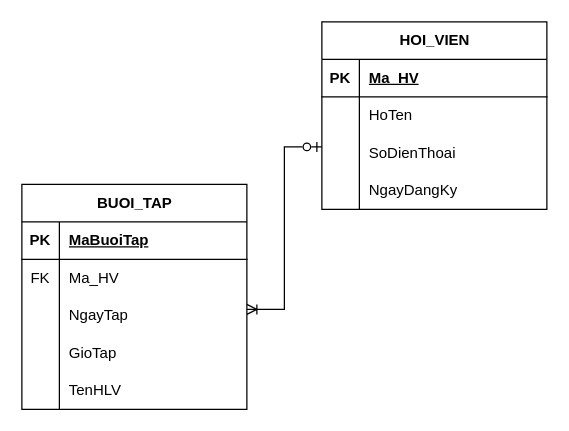
The draw.io diagram page "Trang-1" (1 of 3) of bai2.drawio in ngoclee280907-bot/LeThiNgocLe_B25DTCN277_IT105_session16_bai2, before the edit. Source tidied: cells renumbered, new cells numbered last; positions are measured from the earlier drawing's top-left corner, leaving out a move shared by most shapes. Both pictures are drawn from the tidied source at 125%, with x=0, y=0 at pixel (21, 21).
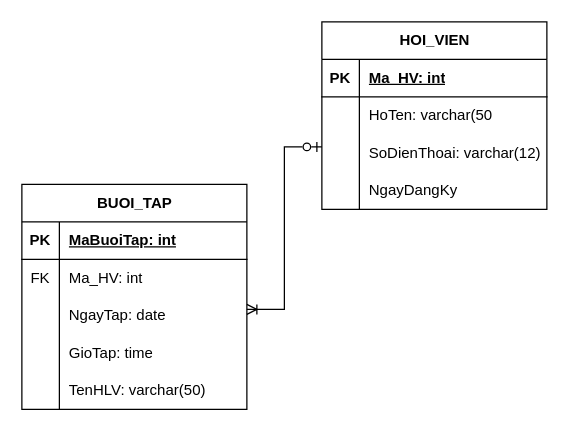
The same diagram, later.

Unchanged cells that the change refers to:
```xml
<mxCell id="3" style="shape=tableRow;horizontal=0;startSize=0;swimlaneHead=0;swimlaneBody=0;fillColor=none;top=0;left=0;right=0;bottom=1;" parent="2" vertex="1">
  <mxGeometry y="30" width="180" height="30" as="geometry" />
</mxCell>
<mxCell id="6" style="shape=tableRow;horizontal=0;startSize=0;swimlaneHead=0;swimlaneBody=0;fillColor=none;top=0;left=0;right=0;bottom=0;" parent="2" vertex="1">
  <mxGeometry y="60" width="180" height="30" as="geometry" />
</mxCell>
<mxCell id="9" style="shape=tableRow;horizontal=0;startSize=0;swimlaneHead=0;swimlaneBody=0;fillColor=none;top=0;left=0;right=0;bottom=0;" parent="2" vertex="1">
  <mxGeometry y="90" width="180" height="30" as="geometry" />
</mxCell>
<mxCell id="16" style="shape=tableRow;horizontal=0;startSize=0;swimlaneHead=0;swimlaneBody=0;fillColor=none;top=0;left=0;right=0;bottom=1;" parent="15" vertex="1">
  <mxGeometry y="30" width="180" height="30" as="geometry" />
</mxCell>
<mxCell id="19" style="shape=tableRow;horizontal=0;startSize=0;swimlaneHead=0;swimlaneBody=0;fillColor=none;top=0;left=0;right=0;bottom=0;" parent="15" vertex="1">
  <mxGeometry y="60" width="180" height="30" as="geometry" />
</mxCell>
<mxCell id="22" style="shape=tableRow;horizontal=0;startSize=0;swimlaneHead=0;swimlaneBody=0;fillColor=none;top=0;left=0;right=0;bottom=0;" parent="15" vertex="1">
  <mxGeometry y="90" width="180" height="30" as="geometry" />
</mxCell>
<mxCell id="25" style="shape=tableRow;horizontal=0;startSize=0;swimlaneHead=0;swimlaneBody=0;fillColor=none;top=0;left=0;right=0;bottom=0;" parent="15" vertex="1">
  <mxGeometry y="120" width="180" height="30" as="geometry" />
</mxCell>
<mxCell id="28" style="shape=tableRow;horizontal=0;startSize=0;swimlaneHead=0;swimlaneBody=0;fillColor=none;top=0;left=0;right=0;bottom=0;" parent="15" vertex="1">
  <mxGeometry y="150" width="180" height="30" as="geometry" />
</mxCell>
```

What changed in the source:
```diff
@@
-    <mxCell id="5" value="Ma_HV" style="shape=partialRectangle;fillColor=none;top=0;left=0;bottom=0;right=0;align=left;spacingLeft=6;fontStyle=5;overflow=hidden;whiteSpace=wrap;html=1;" parent="3" vertex="1">
+    <mxCell id="5" value="Ma_HV: int" style="shape=partialRectangle;fillColor=none;top=0;left=0;bottom=0;right=0;align=left;spacingLeft=6;fontStyle=5;overflow=hidden;whiteSpace=wrap;html=1;" parent="3" vertex="1">
       <mxGeometry x="30" width="150" height="30" as="geometry" />
     </mxCell>
@@
-    <mxCell id="8" value="HoTen" style="shape=partialRectangle;fillColor=none;top=0;left=0;bottom=0;right=0;align=left;spacingLeft=6;overflow=hidden;whiteSpace=wrap;html=1;" parent="6" vertex="1">
+    <mxCell id="8" value="HoTen: varchar(50" style="shape=partialRectangle;fillColor=none;top=0;left=0;bottom=0;right=0;align=left;spacingLeft=6;overflow=hidden;whiteSpace=wrap;html=1;" parent="6" vertex="1">
       <mxGeometry x="30" width="150" height="30" as="geometry" />
     </mxCell>
@@
-    <mxCell id="11" value="SoDienThoai" style="shape=partialRectangle;fillColor=none;top=0;left=0;bottom=0;right=0;align=left;spacingLeft=6;overflow=hidden;whiteSpace=wrap;html=1;" parent="9" vertex="1">
+    <mxCell id="11" value="SoDienThoai: varchar(12)" style="shape=partialRectangle;fillColor=none;top=0;left=0;bottom=0;right=0;align=left;spacingLeft=6;overflow=hidden;whiteSpace=wrap;html=1;" parent="9" vertex="1">
       <mxGeometry x="30" width="150" height="30" as="geometry" />
     </mxCell>
@@
-    <mxCell id="18" value="MaBuoiTap" style="shape=partialRectangle;fillColor=none;top=0;left=0;bottom=0;right=0;align=left;spacingLeft=6;fontStyle=5;overflow=hidden;whiteSpace=wrap;html=1;" parent="16" vertex="1">
+    <mxCell id="18" value="MaBuoiTap: int" style="shape=partialRectangle;fillColor=none;top=0;left=0;bottom=0;right=0;align=left;spacingLeft=6;fontStyle=5;overflow=hidden;whiteSpace=wrap;html=1;" parent="16" vertex="1">
       <mxGeometry x="30" width="150" height="30" as="geometry" />
     </mxCell>
@@
-    <mxCell id="21" value="Ma_HV" style="shape=partialRectangle;fillColor=none;top=0;left=0;bottom=0;right=0;align=left;spacingLeft=6;overflow=hidden;whiteSpace=wrap;html=1;" parent="19" vertex="1">
+    <mxCell id="21" value="Ma_HV: int" style="shape=partialRectangle;fillColor=none;top=0;left=0;bottom=0;right=0;align=left;spacingLeft=6;overflow=hidden;whiteSpace=wrap;html=1;" parent="19" vertex="1">
       <mxGeometry x="30" width="150" height="30" as="geometry" />
     </mxCell>
@@
-    <mxCell id="24" value="NgayTap" style="shape=partialRectangle;fillColor=none;top=0;left=0;bottom=0;right=0;align=left;spacingLeft=6;overflow=hidden;whiteSpace=wrap;html=1;" parent="22" vertex="1">
+    <mxCell id="24" value="NgayTap: date" style="shape=partialRectangle;fillColor=none;top=0;left=0;bottom=0;right=0;align=left;spacingLeft=6;overflow=hidden;whiteSpace=wrap;html=1;" parent="22" vertex="1">
       <mxGeometry x="30" width="150" height="30" as="geometry" />
     </mxCell>
@@
-    <mxCell id="27" value="GioTap" style="shape=partialRectangle;fillColor=none;top=0;left=0;bottom=0;right=0;align=left;spacingLeft=6;overflow=hidden;whiteSpace=wrap;html=1;" parent="25" vertex="1">
+    <mxCell id="27" value="GioTap: time" style="shape=partialRectangle;fillColor=none;top=0;left=0;bottom=0;right=0;align=left;spacingLeft=6;overflow=hidden;whiteSpace=wrap;html=1;" parent="25" vertex="1">
       <mxGeometry x="30" width="150" height="30" as="geometry" />
     </mxCell>
@@
-    <mxCell id="30" value="TenHLV" style="shape=partialRectangle;fillColor=none;top=0;left=0;bottom=0;right=0;align=left;spacingLeft=6;overflow=hidden;whiteSpace=wrap;html=1;" parent="28" vertex="1">
+    <mxCell id="30" value="TenHLV: varchar(50)" style="shape=partialRectangle;fillColor=none;top=0;left=0;bottom=0;right=0;align=left;spacingLeft=6;overflow=hidden;whiteSpace=wrap;html=1;" parent="28" vertex="1">
       <mxGeometry x="30" width="150" height="30" as="geometry" />
     </mxCell>
```
